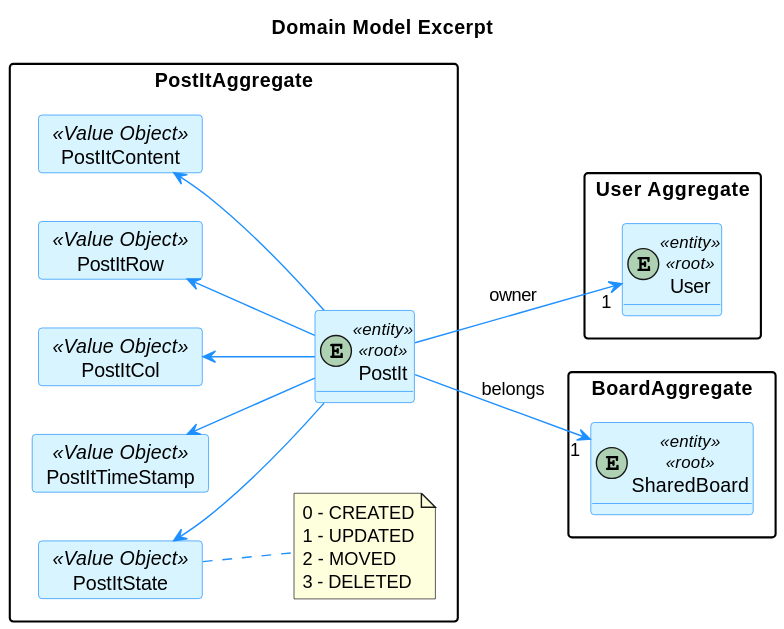
Above: docs/SPRINT C/US_3006/Analysis/DomainModelExcerpt.svg in brunacosta03/sem4pi_22_23 (PlantUML), before the change.
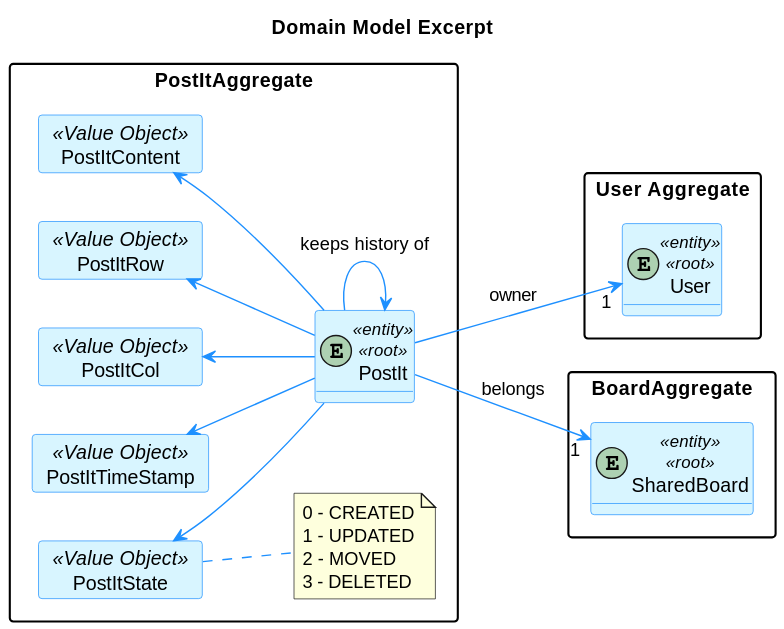
Above is the later version.

The edit, as a diff of the source:
```diff
@@ -63,5 +63,6 @@
 
 PostIt --> "1" User :owner
 PostIt --> "1" SharedBoard :belongs
+PostIt --> PostIt : keeps history of
 
 @enduml
```
